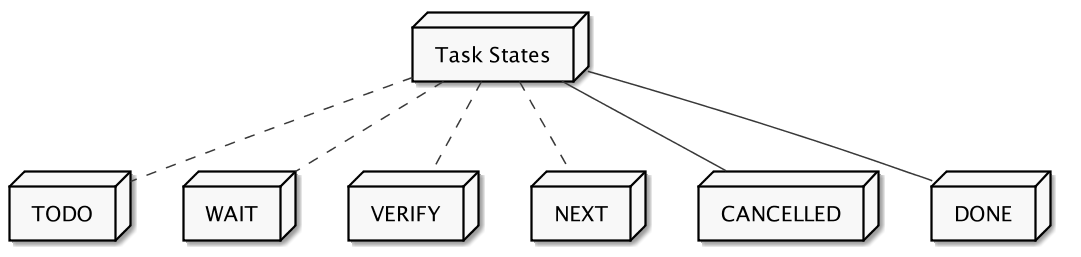
Earlier version of the PlantUML export config/images/task_states.png (fabrik42/.spacemacs.d).
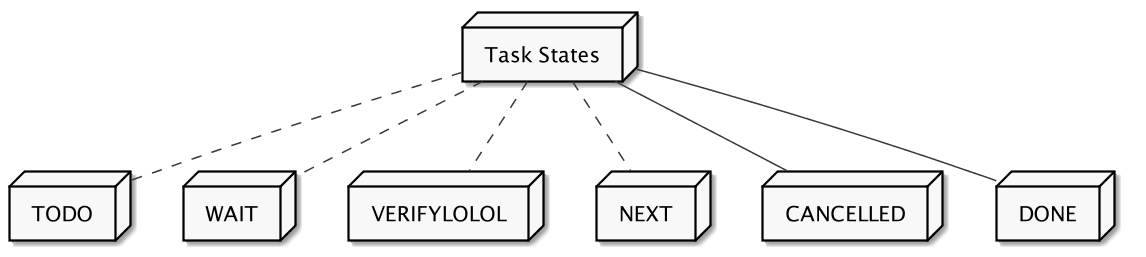
After the commit.

Commit message:
Update tasks image in org config

Diff of the diagram source:
```diff
@@ -13,7 +13,7 @@
     WAIT
   ]
   node state3 [
-   VERIFY
+   VERIFYLOLOL
   ]
   node state4 [
    NEXT
```
